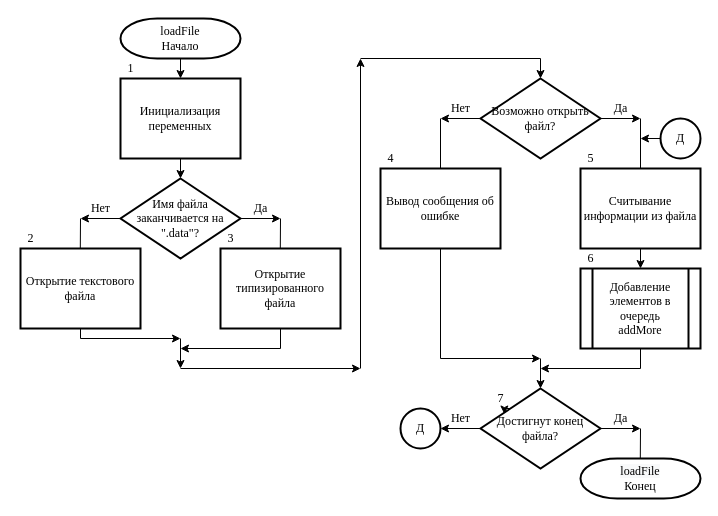
Earlier version of the draw.io diagram page "Чтение файла" (10 of 12) of Структурные схемы для КП.drawio (noidoRG/my-draw.io). Source tidied: cells renumbered, new cells numbered last; positions are measured from the earlier drawing's top-left corner, leaving out a move shared by most shapes. Both pictures are drawn from the tidied source at 100%, with x=0, y=0 at pixel (20, 18).
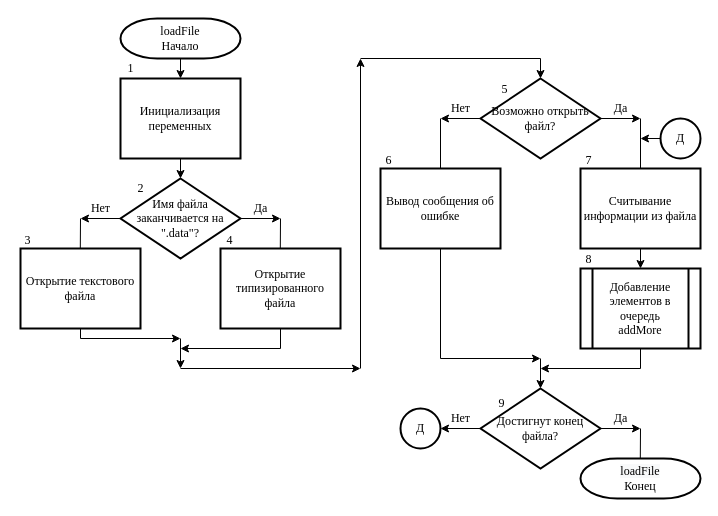
The same page after the edit.

Unchanged cells that the change refers to:
```xml
<mxCell id="35" value="Достигнут конец файла?" style="rhombus;whiteSpace=wrap;html=1;strokeWidth=2;fontFamily=Times New Roman;" parent="1" vertex="1">
  <mxGeometry x="460" y="370" width="120" height="80" as="geometry" />
</mxCell>
```

Diff of the diagram source:
```diff
@@
     <mxCell id="47" value="2" style="text;html=1;align=center;verticalAlign=middle;strokeColor=none;fillColor=none;fontFamily=Times New Roman;" parent="1" vertex="1">
-      <mxGeometry y="210" width="20" height="20" as="geometry" />
+      <mxGeometry x="110" y="160" width="20" height="20" as="geometry" />
     </mxCell>
     <mxCell id="48" value="3" style="text;html=1;align=center;verticalAlign=middle;strokeColor=none;fillColor=none;fontFamily=Times New Roman;" parent="1" vertex="1">
-      <mxGeometry x="200" y="210" width="20" height="20" as="geometry" />
+      <mxGeometry x="-3" y="212" width="20" height="20" as="geometry" />
     </mxCell>
     <mxCell id="49" value="4" style="text;html=1;align=center;verticalAlign=middle;strokeColor=none;fillColor=none;fontFamily=Times New Roman;" parent="1" vertex="1">
-      <mxGeometry x="360" y="130" width="20" height="20" as="geometry" />
+      <mxGeometry x="199" y="212" width="20" height="20" as="geometry" />
     </mxCell>
     <mxCell id="50" value="5" style="text;html=1;align=center;verticalAlign=middle;strokeColor=none;fillColor=none;fontFamily=Times New Roman;" parent="1" vertex="1">
-      <mxGeometry x="560" y="130" width="20" height="20" as="geometry" />
+      <mxGeometry x="474" y="61" width="20" height="20" as="geometry" />
     </mxCell>
     <mxCell id="51" value="6" style="text;html=1;align=center;verticalAlign=middle;strokeColor=none;fillColor=none;fontFamily=Times New Roman;" parent="1" vertex="1">
-      <mxGeometry x="560" y="230" width="20" height="20" as="geometry" />
+      <mxGeometry x="358" y="132" width="20" height="20" as="geometry" />
     </mxCell>
     <mxCell id="52" value="7" style="text;html=1;align=center;verticalAlign=middle;strokeColor=none;fillColor=none;fontFamily=Times New Roman;" parent="1" vertex="1">
-      <mxGeometry x="470" y="370" width="20" height="20" as="geometry" />
+      <mxGeometry x="558" y="132" width="20" height="20" as="geometry" />
     </mxCell>
@@
-    <mxCell id="57" style="edgeStyle=orthogonalEdgeStyle;rounded=0;orthogonalLoop=1;jettySize=auto;html=1;exitX=0;exitY=0;exitDx=0;exitDy=0;entryX=0.199;entryY=0.319;entryDx=0;entryDy=0;entryPerimeter=0;fontFamily=Times New Roman;" parent="1" edge="1" source="35" target="35">
-      <mxGeometry relative="1" as="geometry" />
-    </mxCell>
+    <mxCell id="58" value="8" style="text;html=1;align=center;verticalAlign=middle;strokeColor=none;fillColor=none;fontFamily=Times New Roman;" parent="1" vertex="1">
+      <mxGeometry x="558" y="231" width="20" height="20" as="geometry" />
+    </mxCell>
+    <mxCell id="59" value="9" style="text;html=1;align=center;verticalAlign=middle;strokeColor=none;fillColor=none;fontFamily=Times New Roman;" parent="1" vertex="1">
+      <mxGeometry x="471" y="375" width="20" height="20" as="geometry" />
+    </mxCell>
```
